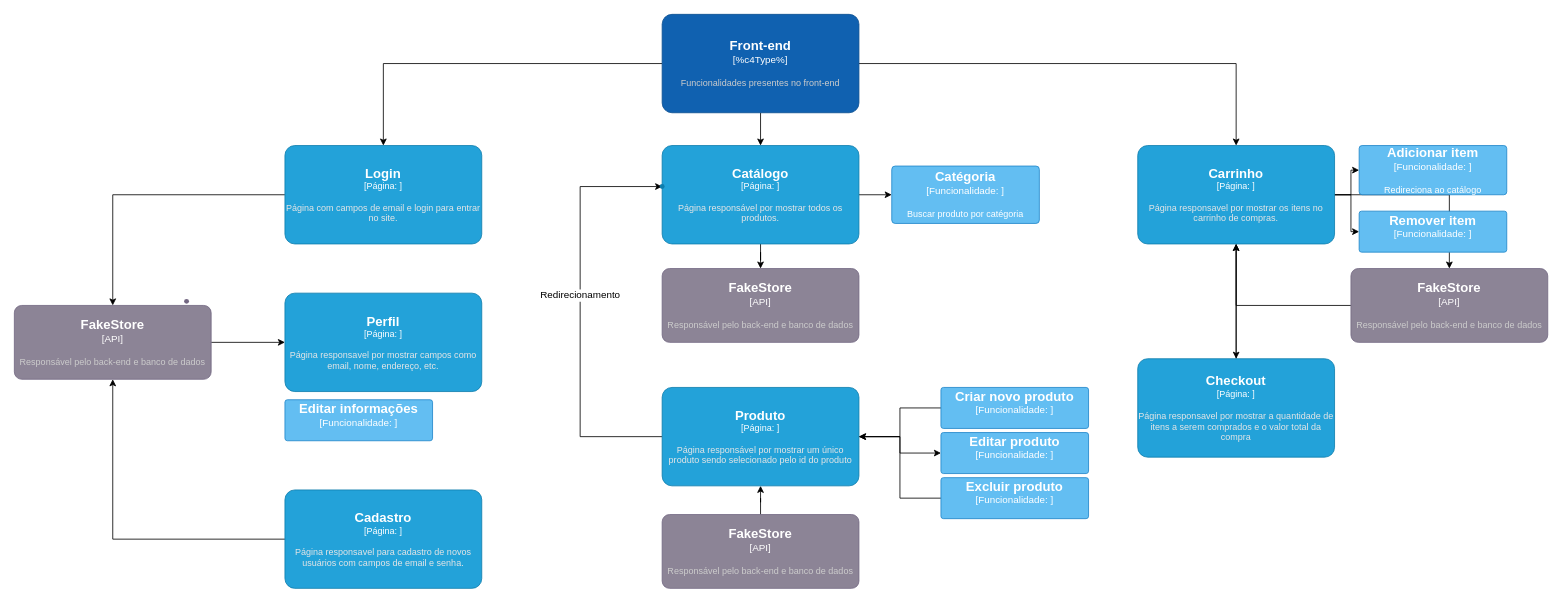
Earlier version of the draw.io diagram Modelo.drawio (Gabrieldnb7/diagrama-drawio). Source tidied: cells renumbered, new cells numbered last; positions are measured from the earlier drawing's top-left corner, leaving out a move shared by most shapes. Both pictures are drawn from the tidied source at 82%, with x=0, y=0 at pixel (14, 14).
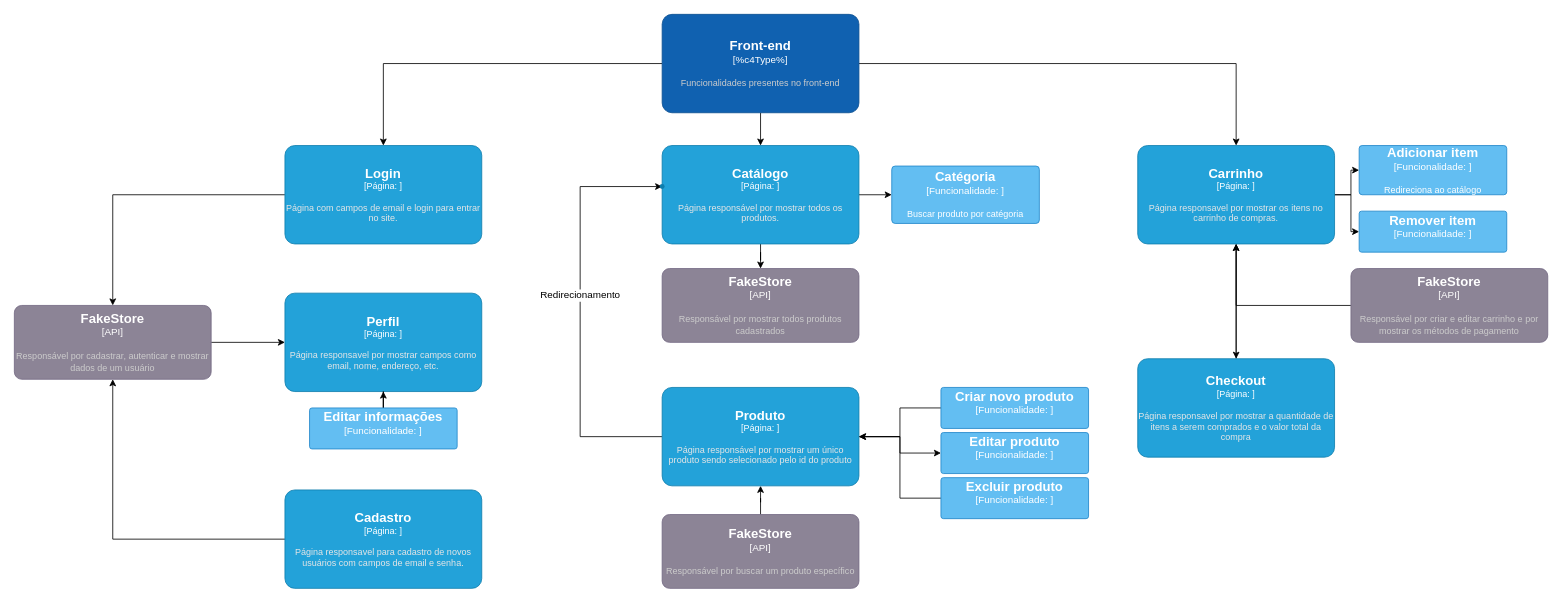
The same diagram, later.

Unchanged cells that the change refers to:
```xml
<object id="6" label="&lt;font style=&quot;font-size: 16px&quot;&gt;&lt;b&gt;%c4Name%&lt;/b&gt;&lt;/font&gt;&lt;div&gt;[%c4Type%: %c4Technology%]&lt;/div&gt;&lt;br&gt;&lt;div&gt;&lt;font style=&quot;font-size: 11px&quot;&gt;&lt;font color=&quot;#E6E6E6&quot;&gt;%c4Description%&lt;/font&gt;&lt;/div&gt;" c4Description="Página responsavel por mostrar campos como email, nome, endereço, etc." c4Name="Perfil" c4Technology="" c4Type="Página" placeholders="1">
  <mxCell style="rounded=1;whiteSpace=wrap;html=1;fontSize=11;labelBackgroundColor=none;fillColor=#23A2D9;fontColor=#ffffff;align=center;arcSize=10;strokeColor=#0E7DAD;points=[[0.25,0,0],[0.5,0,0],[0.75,0,0],[1,0.25,0],[1,0.5,0],[1,0.75,0],[0.75,1,0],[0.5,1,0],[0.25,1,0],[0,0.75,0],[0,0.5,0],[0,0.25,0]];" parent="1" vertex="1">
    <mxGeometry x="330" y="340" width="240" height="120" as="geometry" />
  </mxCell>
</object>
<object id="19" label="&lt;font style=&quot;font-size: 16px&quot;&gt;&lt;b&gt;%c4Name%&lt;/b&gt;&lt;/font&gt;&lt;div&gt;[%c4Type%: %c4Technology%]&lt;/div&gt;&lt;br&gt;&lt;div&gt;&lt;font style=&quot;font-size: 11px&quot;&gt;&lt;font color=&quot;#E6E6E6&quot;&gt;%c4Description%&lt;/font&gt;&lt;/div&gt;" c4Description="Página responsavel por mostrar os itens no carrinho de compras." c4Name="Carrinho" c4Technology="" c4Type="Página" placeholders="1">
  <mxCell style="rounded=1;whiteSpace=wrap;html=1;fontSize=11;labelBackgroundColor=none;fillColor=#23A2D9;fontColor=#ffffff;align=center;arcSize=10;strokeColor=#0E7DAD;points=[[0.25,0,0],[0.5,0,0],[0.75,0,0],[1,0.25,0],[1,0.5,0],[1,0.75,0],[0.75,1,0],[0.5,1,0],[0.25,1,0],[0,0.75,0],[0,0.5,0],[0,0.25,0]];" parent="1" vertex="1">
    <mxGeometry x="1370" y="160" width="240" height="120" as="geometry" />
  </mxCell>
</object>
```

The edit, as a diff of the source:
```diff
@@
-    <mxCell id="18" style="edgeStyle=orthogonalEdgeStyle;rounded=0;jettySize=auto;html=1;fontFamily=Helvetica;fontSize=12;fontColor=default;" parent="1" edge="1" source="19" target="35">
-      <mxGeometry relative="1" as="geometry" />
-    </mxCell>
@@
+    <mxCell id="43" style="edgeStyle=orthogonalEdgeStyle;rounded=0;jettySize=auto;html=1;" parent="1" edge="1" source="31" target="6">
+      <mxGeometry relative="1" as="geometry" />
+    </mxCell>
     <object id="31" label="&lt;font style=&quot;font-size: 16px&quot;&gt;&lt;b&gt;%c4Name%&lt;/b&gt;&lt;/font&gt;&lt;div&gt;[%c4Type%: %c4Technology%]&lt;/div&gt;&lt;br&gt;&lt;div&gt;&lt;font style=&quot;font-size: 11px&quot;&gt;%c4Description%&lt;/font&gt;&lt;/div&gt;" c4Description="" c4Name="Editar informações" c4Technology="" c4Type="Funcionalidade" placeholders="1">
       <mxCell style="rounded=1;whiteSpace=wrap;html=1;labelBackgroundColor=none;fillColor=#63BEF2;fontColor=#ffffff;align=center;arcSize=6;strokeColor=#2086C9;points=[[0.25,0,0],[0.5,0,0],[0.75,0,0],[1,0.25,0],[1,0.5,0],[1,0.75,0],[0.75,1,0],[0.5,1,0],[0.25,1,0],[0,0.75,0],[0,0.5,0],[0,0.25,0]];shadow=0;glass=0;verticalAlign=middle;fontFamily=Helvetica;fontSize=12;" parent="1" vertex="1">
-        <mxGeometry x="330" y="470" width="180" height="50" as="geometry" />
+        <mxGeometry x="360" y="480" width="180" height="50" as="geometry" />
       </mxCell>
     </object>
@@
-    <object id="35" label="&lt;font style=&quot;font-size: 16px&quot;&gt;&lt;b&gt;%c4Name%&lt;/b&gt;&lt;/font&gt;&lt;div&gt;[%c4Type%]&lt;/div&gt;&lt;br&gt;&lt;div&gt;&lt;font style=&quot;font-size: 11px&quot;&gt;&lt;font color=&quot;#cccccc&quot;&gt;%c4Description%&lt;/font&gt;&lt;/div&gt;" c4Description="Responsável pelo back-end e banco de dados" c4Name="FakeStore" c4Type="API" placeholders="1">
+    <object id="35" label="&lt;font style=&quot;font-size: 16px&quot;&gt;&lt;b&gt;%c4Name%&lt;/b&gt;&lt;/font&gt;&lt;div&gt;[%c4Type%]&lt;/div&gt;&lt;br&gt;&lt;div&gt;&lt;font style=&quot;font-size: 11px&quot;&gt;&lt;font color=&quot;#cccccc&quot;&gt;%c4Description%&lt;/font&gt;&lt;/div&gt;" c4Description="Responsável por criar e editar carrinho e por mostrar os métodos de pagamento" c4Name="FakeStore" c4Type="API" placeholders="1">
       <mxCell style="rounded=1;whiteSpace=wrap;html=1;labelBackgroundColor=none;fillColor=#8C8496;fontColor=#ffffff;align=center;arcSize=10;strokeColor=#736782;points=[[0.25,0,0],[0.5,0,0],[0.75,0,0],[1,0.25,0],[1,0.5,0],[1,0.75,0],[0.75,1,0],[0.5,1,0],[0.25,1,0],[0,0.75,0],[0,0.5,0],[0,0.25,0]];shadow=0;glass=0;verticalAlign=middle;fontFamily=Helvetica;fontSize=12;" parent="1" vertex="1">
         <mxGeometry x="1630" y="310" width="240" height="90" as="geometry" />
       </mxCell>
     </object>
-    <object id="36" label="&lt;font style=&quot;font-size: 16px&quot;&gt;&lt;b&gt;%c4Name%&lt;/b&gt;&lt;/font&gt;&lt;div&gt;[%c4Type%]&lt;/div&gt;&lt;br&gt;&lt;div&gt;&lt;font style=&quot;font-size: 11px&quot;&gt;&lt;font color=&quot;#cccccc&quot;&gt;%c4Description%&lt;/font&gt;&lt;/div&gt;" c4Description="Responsável pelo back-end e banco de dados" c4Name="FakeStore" c4Type="API" placeholders="1">
+    <object id="36" label="&lt;font style=&quot;font-size: 16px&quot;&gt;&lt;b&gt;%c4Name%&lt;/b&gt;&lt;/font&gt;&lt;div&gt;[%c4Type%]&lt;/div&gt;&lt;br&gt;&lt;div&gt;&lt;font style=&quot;font-size: 11px&quot;&gt;&lt;font color=&quot;#cccccc&quot;&gt;%c4Description%&lt;/font&gt;&lt;/div&gt;" c4Description="Responsável por mostrar todos produtos cadastrados" c4Name="FakeStore" c4Type="API" placeholders="1">
       <mxCell style="rounded=1;whiteSpace=wrap;html=1;labelBackgroundColor=none;fillColor=#8C8496;fontColor=#ffffff;align=center;arcSize=10;strokeColor=#736782;points=[[0.25,0,0],[0.5,0,0],[0.75,0,0],[1,0.25,0],[1,0.5,0],[1,0.75,0],[0.75,1,0],[0.5,1,0],[0.25,1,0],[0,0.75,0],[0,0.5,0],[0,0.25,0]];shadow=0;glass=0;verticalAlign=middle;fontFamily=Helvetica;fontSize=12;" parent="1" vertex="1">
         <mxGeometry x="790" y="310" width="240" height="90" as="geometry" />
       </mxCell>
     </object>
@@
-    <object id="38" label="&lt;font style=&quot;font-size: 16px&quot;&gt;&lt;b&gt;%c4Name%&lt;/b&gt;&lt;/font&gt;&lt;div&gt;[%c4Type%]&lt;/div&gt;&lt;br&gt;&lt;div&gt;&lt;font style=&quot;font-size: 11px&quot;&gt;&lt;font color=&quot;#cccccc&quot;&gt;%c4Description%&lt;/font&gt;&lt;/div&gt;" c4Description="Responsável pelo back-end e banco de dados" c4Name="FakeStore" c4Type="API" placeholders="1">
+    <object id="38" label="&lt;font style=&quot;font-size: 16px&quot;&gt;&lt;b&gt;%c4Name%&lt;/b&gt;&lt;/font&gt;&lt;div&gt;[%c4Type%]&lt;/div&gt;&lt;br&gt;&lt;div&gt;&lt;font style=&quot;font-size: 11px&quot;&gt;&lt;font color=&quot;#cccccc&quot;&gt;%c4Description%&lt;/font&gt;&lt;/div&gt;" c4Description="Responsável por buscar um produto específico" c4Name="FakeStore" c4Type="API" placeholders="1">
       <mxCell style="rounded=1;whiteSpace=wrap;html=1;labelBackgroundColor=none;fillColor=#8C8496;fontColor=#ffffff;align=center;arcSize=10;strokeColor=#736782;points=[[0.25,0,0],[0.5,0,0],[0.75,0,0],[1,0.25,0],[1,0.5,0],[1,0.75,0],[0.75,1,0],[0.5,1,0],[0.25,1,0],[0,0.75,0],[0,0.5,0],[0,0.25,0]];shadow=0;glass=0;verticalAlign=middle;fontFamily=Helvetica;fontSize=12;" parent="1" vertex="1">
         <mxGeometry x="790" y="610" width="240" height="90" as="geometry" />
       </mxCell>
     </object>
@@
-    <object id="40" label="&lt;font style=&quot;font-size: 16px&quot;&gt;&lt;b&gt;%c4Name%&lt;/b&gt;&lt;/font&gt;&lt;div&gt;[%c4Type%]&lt;/div&gt;&lt;br&gt;&lt;div&gt;&lt;font style=&quot;font-size: 11px&quot;&gt;&lt;font color=&quot;#cccccc&quot;&gt;%c4Description%&lt;/font&gt;&lt;/div&gt;" c4Description="Responsável pelo back-end e banco de dados" c4Name="FakeStore" c4Type="API" placeholders="1">
+    <object id="40" label="&lt;font style=&quot;font-size: 16px&quot;&gt;&lt;b&gt;%c4Name%&lt;/b&gt;&lt;/font&gt;&lt;div&gt;[%c4Type%]&lt;/div&gt;&lt;br&gt;&lt;div&gt;&lt;font style=&quot;font-size: 11px&quot;&gt;&lt;font color=&quot;#cccccc&quot;&gt;%c4Description%&lt;/font&gt;&lt;/div&gt;" c4Description="Responsável por cadastrar, autenticar e mostrar dados de um usuário" c4Name="FakeStore" c4Type="API" placeholders="1">
       <mxCell style="rounded=1;whiteSpace=wrap;html=1;labelBackgroundColor=none;fillColor=#8C8496;fontColor=#ffffff;align=center;arcSize=10;strokeColor=#736782;points=[[0.25,0,0],[0.5,0,0],[0.75,0,0],[1,0.25,0],[1,0.5,0],[1,0.75,0],[0.75,1,0],[0.5,1,0],[0.25,1,0],[0,0.75,0],[0,0.5,0],[0,0.25,0]];shadow=0;glass=0;verticalAlign=middle;fontFamily=Helvetica;fontSize=12;" parent="1" vertex="1">
         <mxGeometry y="355" width="240" height="90" as="geometry" />
       </mxCell>
     </object>
-    <mxCell id="41" style="shape=waypoint;sketch=0;size=6;fillColor=#8C8496;perimeter=centerPerimeter;strokeColor=#736782;fontColor=#ffffff;rounded=1;labelBackgroundColor=none;arcSize=10;shadow=0;glass=0;" parent="1" vertex="1">
-      <mxGeometry x="200" y="340" width="20" height="20" as="geometry" />
-    </mxCell>
```
